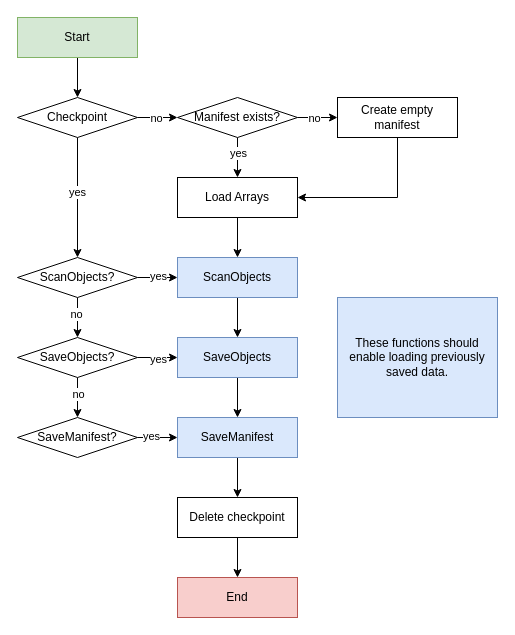
Above: diag.drawio in Dataram57/cheap-disk-backup (draw.io), before the change. Source tidied: cells renumbered, new cells numbered last; positions are measured from the earlier drawing's top-left corner, leaving out a move shared by most shapes. Both pictures are drawn from the tidied source at 100%, with x=0, y=0 at pixel (17, 17).
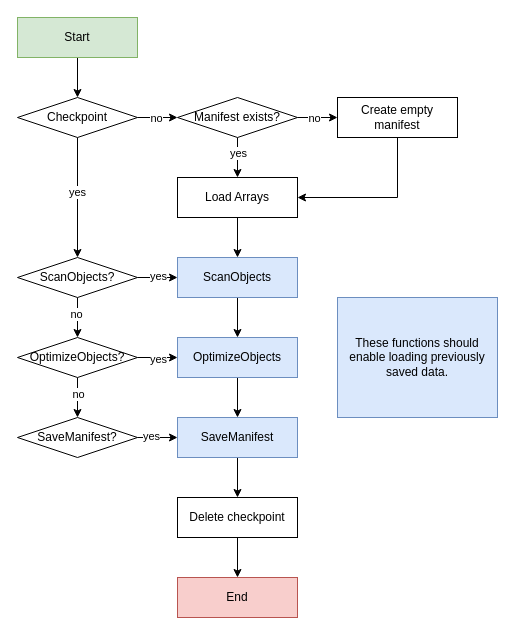
After the change.

Change to the diagram source:
```diff
@@
-    <mxCell id="7" value="SaveObjects" style="whiteSpace=wrap;html=1;fillColor=#dae8fc;strokeColor=#6c8ebf;" parent="1" vertex="1">
+    <mxCell id="7" value="OptimizeObjects" style="whiteSpace=wrap;html=1;fillColor=#dae8fc;strokeColor=#6c8ebf;" parent="1" vertex="1">
       <mxGeometry x="160" y="320" width="120" height="40" as="geometry" />
     </mxCell>
@@
-    <mxCell id="36" value="SaveObjects?" style="rhombus;whiteSpace=wrap;html=1;" parent="1" vertex="1">
+    <mxCell id="36" value="OptimizeObjects?" style="rhombus;whiteSpace=wrap;html=1;" parent="1" vertex="1">
       <mxGeometry y="320" width="120" height="40" as="geometry" />
     </mxCell>
```
